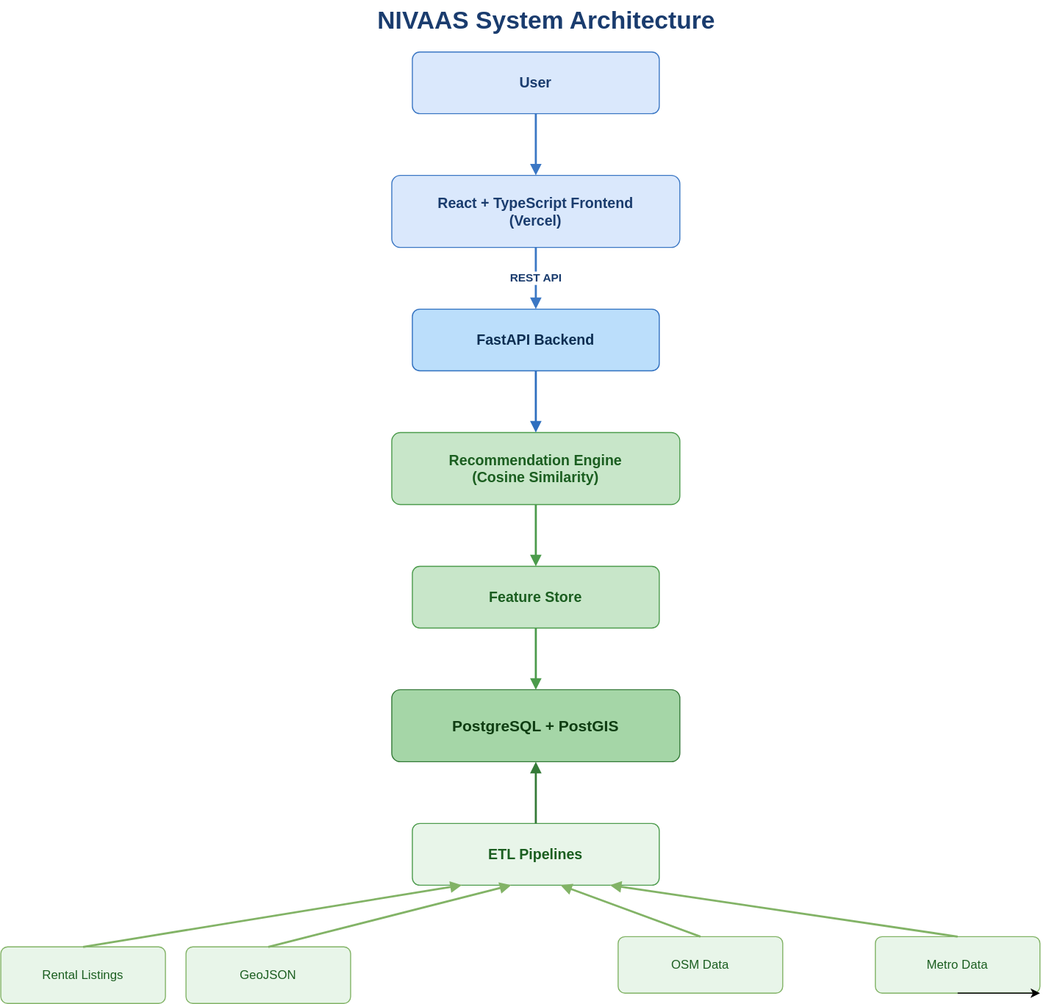
Above: docs/images/system-architecture.svg in zmuskan/NIVAAS-V1 (draw.io), before the change. Source tidied: cells renumbered, new cells last; positions are measured from the earlier drawing's top-left corner, leaving out a move shared by most shapes.
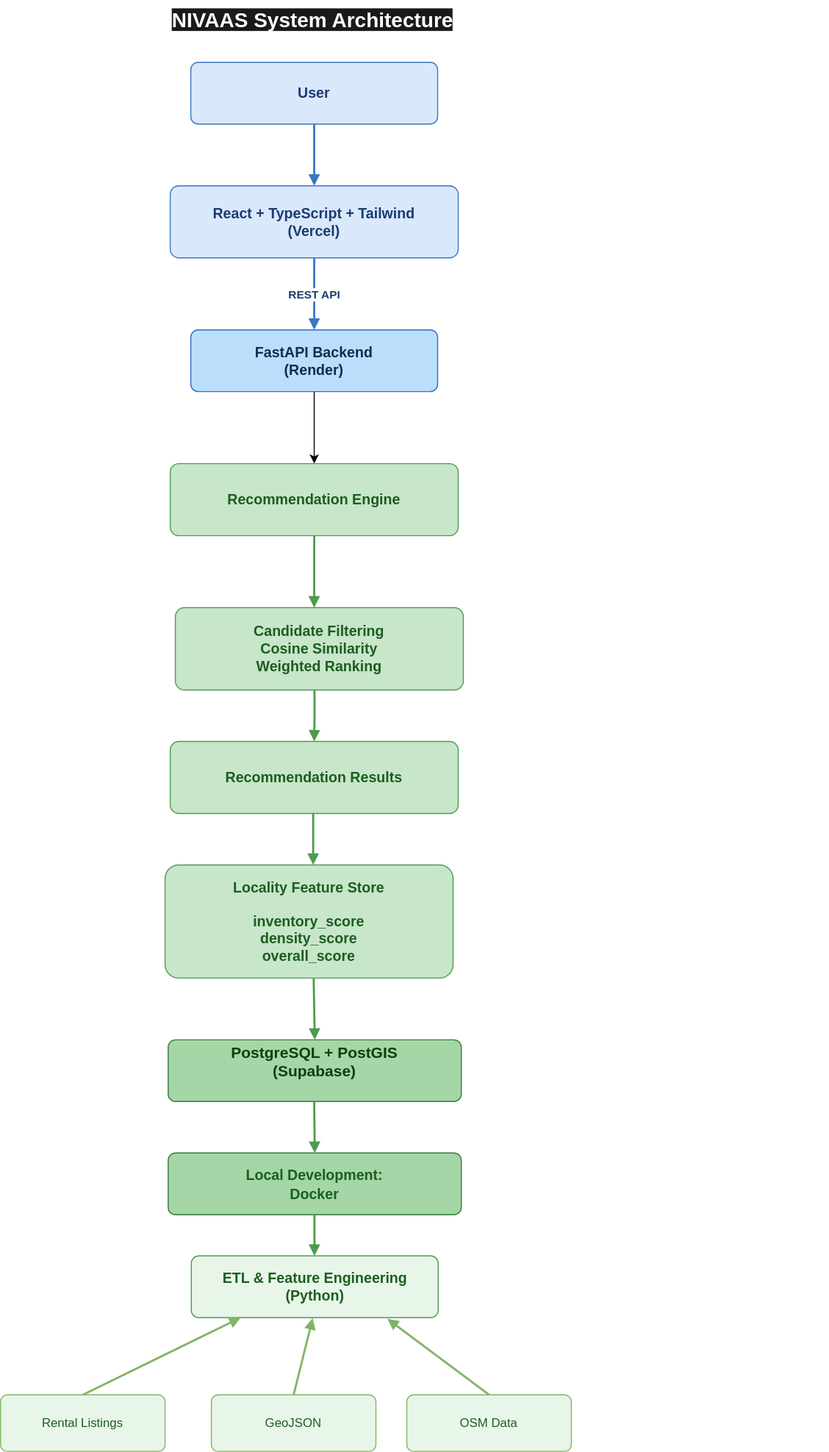
Later version of the same file.

Commit message:
refactor(diagrams): align architecture, ERD and recommendation pipeline

What changed in the source:
```diff
@@ -2,74 +2,104 @@
   <root>
     <mxCell id="0" />
     <mxCell id="1" parent="0" />
-    <mxCell id="2" value="NIVAAS System Architecture" style="text;html=1;fontSize=24;fontStyle=1;fontColor=#1A3C6E;align=center;verticalAlign=middle;" parent="1" vertex="1">
-      <mxGeometry x="270" width="520" height="40" as="geometry" />
-    </mxCell>
     <mxCell id="3" value="User" style="rounded=1;arcSize=12;whiteSpace=wrap;html=1;fillColor=#DAE8FC;strokeColor=#3B77C4;fontColor=#1A3C6E;fontStyle=1;fontSize=14;" parent="1" vertex="1">
       <mxGeometry x="400" y="50" width="240" height="60" as="geometry" />
     </mxCell>
-    <mxCell id="4" value="React + TypeScript Frontend&#10;(Vercel)" style="rounded=1;arcSize=12;whiteSpace=wrap;html=1;fillColor=#DAE8FC;strokeColor=#3B77C4;fontColor=#1A3C6E;fontStyle=1;fontSize=14;" parent="1" vertex="1">
+    <mxCell id="4" value="React + TypeScript + Tailwind&lt;br/&gt;                     (Vercel)" style="rounded=1;arcSize=12;whiteSpace=wrap;html=1;fillColor=#DAE8FC;strokeColor=#3B77C4;fontColor=#1A3C6E;fontStyle=1;fontSize=14;" parent="1" vertex="1">
       <mxGeometry x="380" y="170" width="280" height="70" as="geometry" />
     </mxCell>
+    <mxCell id="16" style="edgeStyle=none;html=1;exitX=0.5;exitY=1;exitDx=0;exitDy=0;entryX=0.5;entryY=0;entryDx=0;entryDy=0;" parent="1" edge="1" source="5" target="6">
+      <mxGeometry relative="1" as="geometry" />
+    </mxCell>
-    <mxCell id="5" value="FastAPI Backend" style="rounded=1;arcSize=12;whiteSpace=wrap;html=1;fillColor=#BBDEFB;strokeColor=#2F6FBF;fontColor=#0D2E52;fontStyle=1;fontSize=14;" parent="1" vertex="1">
-      <mxGeometry x="400" y="300" width="240" height="60" as="geometry" />
+    <mxCell id="5" value="&lt;div&gt;&lt;font color=&quot;#0d2e52&quot;&gt;FastAPI Backend&lt;/font&gt;&lt;/div&gt;&lt;div&gt;&lt;font color=&quot;#0d2e52&quot;&gt;(Render)&lt;/font&gt;&lt;/div&gt;" style="rounded=1;arcSize=12;whiteSpace=wrap;html=1;fillColor=#BBDEFB;strokeColor=#2F6FBF;fontColor=#0D2E52;fontStyle=1;fontSize=14;" parent="1" vertex="1">
+      <mxGeometry x="400" y="310" width="240" height="60" as="geometry" />
     </mxCell>
-    <mxCell id="6" value="Recommendation Engine&#10;(Cosine Similarity)" style="rounded=1;arcSize=12;whiteSpace=wrap;html=1;fillColor=#C8E6C9;strokeColor=#4C9B4C;fontColor=#1B5E20;fontStyle=1;fontSize=14;" parent="1" vertex="1">
-      <mxGeometry x="380" y="420" width="280" height="70" as="geometry" />
+    <mxCell id="6" value="Recommendation Engine" style="rounded=1;arcSize=12;whiteSpace=wrap;html=1;fillColor=#C8E6C9;strokeColor=#4C9B4C;fontColor=#1B5E20;fontStyle=1;fontSize=14;" parent="1" vertex="1">
+      <mxGeometry x="380" y="440" width="280" height="70" as="geometry" />
     </mxCell>
-    <mxCell id="7" value="Feature Store" style="rounded=1;arcSize=12;whiteSpace=wrap;html=1;fillColor=#C8E6C9;strokeColor=#4C9B4C;fontColor=#1B5E20;fontStyle=1;fontSize=14;" parent="1" vertex="1">
-      <mxGeometry x="400" y="550" width="240" height="60" as="geometry" />
+    <mxCell id="7" value="&lt;div&gt;&lt;font color=&quot;#1b5e20&quot;&gt;Locality Feature Store&lt;/font&gt;&lt;/div&gt;&lt;div&gt;&lt;font color=&quot;#1b5e20&quot;&gt;&lt;br&gt;&lt;/font&gt;&lt;/div&gt;&lt;div&gt;&lt;font color=&quot;#1b5e20&quot;&gt;inventory_score&lt;/font&gt;&lt;/div&gt;&lt;div&gt;&lt;font color=&quot;#1b5e20&quot;&gt;density_score&lt;/font&gt;&lt;/div&gt;&lt;div&gt;&lt;font color=&quot;#1b5e20&quot;&gt;overall_score&lt;/font&gt;&lt;/div&gt;" style="rounded=1;arcSize=12;whiteSpace=wrap;html=1;fillColor=#C8E6C9;strokeColor=#4C9B4C;fontColor=#1B5E20;fontStyle=1;fontSize=14;" parent="1" vertex="1">
+      <mxGeometry x="375" y="830" width="280" height="110" as="geometry" />
     </mxCell>
-    <mxCell id="8" value="PostgreSQL + PostGIS" style="rounded=1;arcSize=12;whiteSpace=wrap;html=1;fillColor=#A5D6A7;strokeColor=#357A38;fontColor=#0F3D12;fontStyle=1;fontSize=15;" parent="1" vertex="1">
-      <mxGeometry x="380" y="670" width="280" height="70" as="geometry" />
+    <mxCell id="8" value="&lt;div&gt;&lt;font color=&quot;#0f3d12&quot;&gt;PostgreSQL + PostGIS&lt;/font&gt;&lt;/div&gt;&lt;div&gt;&lt;font color=&quot;#0f3d12&quot;&gt;(Supabase)&lt;/font&gt;&lt;/div&gt;&lt;div&gt;&lt;br&gt;&lt;/div&gt;" style="rounded=1;arcSize=12;whiteSpace=wrap;html=1;fillColor=#A5D6A7;strokeColor=#357A38;fontColor=#0F3D12;fontStyle=1;fontSize=15;" parent="1" vertex="1">
+      <mxGeometry x="378" y="1000" width="285" height="60" as="geometry" />
     </mxCell>
-    <mxCell id="9" value="ETL Pipelines" style="rounded=1;arcSize=12;whiteSpace=wrap;html=1;fillColor=#E8F5E9;strokeColor=#4C9B4C;fontColor=#1B5E20;fontStyle=1;fontSize=14;" parent="1" vertex="1">
-      <mxGeometry x="400" y="800" width="240" height="60" as="geometry" />
+    <mxCell id="9" value="&lt;div&gt;&lt;font color=&quot;#1b5e20&quot;&gt;ETL &amp;amp; Feature Engineering&lt;/font&gt;&lt;/div&gt;&lt;div&gt;&lt;font color=&quot;#1b5e20&quot;&gt;(Python)&lt;/font&gt;&lt;/div&gt;" style="rounded=1;arcSize=12;whiteSpace=wrap;html=1;fillColor=#E8F5E9;strokeColor=#4C9B4C;fontColor=#1B5E20;fontStyle=1;fontSize=14;" parent="1" vertex="1">
+      <mxGeometry x="400.5" y="1210" width="240" height="60" as="geometry" />
     </mxCell>
     <mxCell id="10" value="Rental Listings" style="rounded=1;arcSize=12;whiteSpace=wrap;html=1;fillColor=#E8F5E9;strokeColor=#82B366;fontColor=#1B5E20;fontSize=12;" parent="1" vertex="1">
-      <mxGeometry y="920" width="160" height="55" as="geometry" />
+      <mxGeometry x="215" y="1345" width="160" height="55" as="geometry" />
     </mxCell>
     <mxCell id="11" value="GeoJSON" style="rounded=1;arcSize=12;whiteSpace=wrap;html=1;fillColor=#E8F5E9;strokeColor=#82B366;fontColor=#1B5E20;fontSize=12;" parent="1" vertex="1">
-      <mxGeometry x="180" y="920" width="160" height="55" as="geometry" />
+      <mxGeometry x="420" y="1345" width="160" height="55" as="geometry" />
     </mxCell>
     <mxCell id="12" value="OSM Data" style="rounded=1;arcSize=12;whiteSpace=wrap;html=1;fillColor=#E8F5E9;strokeColor=#82B366;fontColor=#1B5E20;fontSize=12;" parent="1" vertex="1">
-      <mxGeometry x="600" y="910" width="160" height="55" as="geometry" />
+      <mxGeometry x="610" y="1345" width="160" height="55" as="geometry" />
     </mxCell>
-    <mxCell id="13" value="Metro Data" style="rounded=1;arcSize=12;whiteSpace=wrap;html=1;fillColor=#E8F5E9;strokeColor=#82B366;fontColor=#1B5E20;fontSize=12;" parent="1" vertex="1">
-      <mxGeometry x="850" y="910" width="160" height="55" as="geometry" />
-    </mxCell>
     <mxCell id="14" style="html=1;rounded=0;endArrow=block;strokeColor=#3B77C4;strokeWidth=2;" parent="1" edge="1" source="3" target="4">
       <mxGeometry relative="1" as="geometry" />
     </mxCell>
     <mxCell id="15" value="REST API" style="html=1;rounded=0;endArrow=block;strokeColor=#3B77C4;strokeWidth=2;fontColor=#1A3C6E;fontStyle=1;fontSize=11;" parent="1" edge="1" source="4" target="5">
       <mxGeometry relative="1" as="geometry" />
     </mxCell>
-    <mxCell id="16" style="html=1;rounded=0;endArrow=block;strokeColor=#2F6FBF;strokeWidth=2;" parent="1" edge="1" source="5" target="6">
-      <mxGeometry relative="1" as="geometry" />
-    </mxCell>
-    <mxCell id="17" style="html=1;rounded=0;endArrow=block;strokeColor=#4C9B4C;strokeWidth=2;" parent="1" edge="1" source="6" target="7">
-      <mxGeometry relative="1" as="geometry" />
-    </mxCell>
-    <mxCell id="18" style="html=1;rounded=0;endArrow=block;strokeColor=#4C9B4C;strokeWidth=2;" parent="1" edge="1" source="7" target="8">
-      <mxGeometry relative="1" as="geometry" />
+    <mxCell id="18" style="html=1;rounded=0;endArrow=block;strokeColor=#4C9B4C;strokeWidth=2;" parent="1" edge="1">
+      <mxGeometry relative="1" as="geometry">
+        <mxPoint x="519" y="780" as="sourcePoint" />
+        <mxPoint x="519" y="830" as="targetPoint" />
+      </mxGeometry>
     </mxCell>
-    <mxCell id="19" style="html=1;rounded=0;endArrow=block;strokeColor=#357A38;strokeWidth=2;exitX=0.5;exitY=0;exitDx=0;exitDy=0;entryX=0.5;entryY=1;entryDx=0;entryDy=0;" parent="1" edge="1" source="9" target="8">
-      <mxGeometry relative="1" as="geometry" />
-    </mxCell>
     <mxCell id="20" style="html=1;rounded=0;endArrow=block;strokeColor=#82B366;strokeWidth=2;exitX=0.5;exitY=0;exitDx=0;exitDy=0;entryX=0.2;entryY=1;entryDx=0;entryDy=0;" parent="1" edge="1" source="10" target="9">
       <mxGeometry relative="1" as="geometry" />
     </mxCell>
-    <mxCell id="21" style="html=1;rounded=0;endArrow=block;strokeColor=#82B366;strokeWidth=2;exitX=0.5;exitY=0;exitDx=0;exitDy=0;entryX=0.4;entryY=1;entryDx=0;entryDy=0;" parent="1" edge="1" source="11" target="9">
+    <mxCell id="21" style="html=1;rounded=0;endArrow=block;strokeColor=#82B366;strokeWidth=2;exitX=0.5;exitY=0;exitDx=0;exitDy=0;entryX=0.492;entryY=1.007;entryDx=0;entryDy=0;entryPerimeter=0;" parent="1" edge="1" source="11" target="9">
       <mxGeometry relative="1" as="geometry" />
     </mxCell>
-    <mxCell id="22" style="html=1;rounded=0;endArrow=block;strokeColor=#82B366;strokeWidth=2;exitX=0.5;exitY=0;exitDx=0;exitDy=0;entryX=0.6;entryY=1;entryDx=0;entryDy=0;" parent="1" edge="1" source="12" target="9">
+    <mxCell id="22" style="html=1;rounded=0;endArrow=block;strokeColor=#82B366;strokeWidth=2;exitX=0.5;exitY=0;exitDx=0;exitDy=0;entryX=0.794;entryY=1.019;entryDx=0;entryDy=0;entryPerimeter=0;" parent="1" edge="1" source="12" target="9">
       <mxGeometry relative="1" as="geometry" />
     </mxCell>
-    <mxCell id="23" style="html=1;rounded=0;endArrow=block;strokeColor=#82B366;strokeWidth=2;exitX=0.5;exitY=0;exitDx=0;exitDy=0;entryX=0.8;entryY=1;entryDx=0;entryDy=0;" parent="1" edge="1" source="13" target="9">
-      <mxGeometry relative="1" as="geometry" />
-    </mxCell>
-    <mxCell id="24" style="edgeStyle=none;html=1;exitX=0.5;exitY=1;exitDx=0;exitDy=0;entryX=1;entryY=1;entryDx=0;entryDy=0;" parent="1" edge="1" source="13" target="13">
-      <mxGeometry relative="1" as="geometry" />
-    </mxCell>
+    <mxCell id="25" value="&lt;div&gt;&lt;font color=&quot;#1b5e20&quot;&gt;Candidate Filtering&lt;/font&gt;&lt;/div&gt;&lt;div&gt;&lt;font color=&quot;#1b5e20&quot;&gt;Cosine Similarity&lt;/font&gt;&lt;/div&gt;&lt;div&gt;&lt;font color=&quot;#1b5e20&quot;&gt;Weighted Ranking&lt;/font&gt;&lt;/div&gt;" style="rounded=1;arcSize=11;whiteSpace=wrap;html=1;fillColor=#C8E6C9;strokeColor=#4C9B4C;fontColor=#1B5E20;fontStyle=1;fontSize=14;" parent="1" vertex="1">
+      <mxGeometry x="385" y="580" width="280" height="80" as="geometry" />
+    </mxCell>
+    <mxCell id="26" style="html=1;rounded=0;endArrow=block;strokeColor=#4C9B4C;strokeWidth=2;exitX=0.5;exitY=1;exitDx=0;exitDy=0;" parent="1" edge="1">
+      <mxGeometry relative="1" as="geometry">
+        <mxPoint x="520.3" y="660" as="sourcePoint" />
+        <mxPoint x="520" y="710" as="targetPoint" />
+        <Array as="points">
+          <mxPoint x="520.3" y="690" />
+          <mxPoint x="520" y="710" />
+        </Array>
+      </mxGeometry>
+    </mxCell>
+    <mxCell id="27" style="html=1;rounded=0;endArrow=block;strokeColor=#4C9B4C;strokeWidth=2;exitX=0.5;exitY=1;exitDx=0;exitDy=0;" parent="1" edge="1" source="6">
+      <mxGeometry relative="1" as="geometry">
+        <mxPoint x="520" y="580" as="targetPoint" />
+        <Array as="points">
+          <mxPoint x="520" y="560" />
+          <mxPoint x="520" y="580" />
+        </Array>
+      </mxGeometry>
+    </mxCell>
+    <mxCell id="28" value="Recommendation Results" style="rounded=1;arcSize=12;whiteSpace=wrap;html=1;fillColor=#C8E6C9;strokeColor=#4C9B4C;fontColor=#1B5E20;fontStyle=1;fontSize=14;" parent="1" vertex="1">
+      <mxGeometry x="380" y="710" width="280" height="70" as="geometry" />
+    </mxCell>
+    <mxCell id="29" value="&lt;div&gt;&lt;span style=&quot;color: rgb(27, 94, 32); font-size: 14px;&quot;&gt;Local Development:&lt;/span&gt;&lt;br style=&quot;color: rgb(63, 63, 63); scrollbar-color: rgb(226, 226, 226) rgb(251, 251, 251); font-size: 14px;&quot;&gt;&lt;span style=&quot;color: rgb(27, 94, 32); font-size: 14px;&quot;&gt;Docker&lt;/span&gt;&lt;/div&gt;" style="rounded=1;arcSize=12;whiteSpace=wrap;html=1;fillColor=#A5D6A7;strokeColor=#357A38;fontColor=#0F3D12;fontStyle=1;fontSize=15;" parent="1" vertex="1">
+      <mxGeometry x="378" y="1110" width="285" height="60" as="geometry" />
+    </mxCell>
+    <mxCell id="30" style="html=1;rounded=0;endArrow=block;strokeColor=#4C9B4C;strokeWidth=2;exitX=0.516;exitY=1.005;exitDx=0;exitDy=0;exitPerimeter=0;entryX=0.5;entryY=0;entryDx=0;entryDy=0;" parent="1" edge="1" source="7" target="8">
+      <mxGeometry relative="1" as="geometry" />
+    </mxCell>
+    <mxCell id="31" style="html=1;rounded=0;endArrow=block;strokeColor=#4C9B4C;strokeWidth=2;entryX=0.5;entryY=0;entryDx=0;entryDy=0;" parent="1" edge="1" target="29">
+      <mxGeometry relative="1" as="geometry">
+        <mxPoint x="520" y="1060" as="sourcePoint" />
+      </mxGeometry>
+    </mxCell>
+    <mxCell id="32" style="html=1;rounded=0;endArrow=block;strokeColor=#4C9B4C;strokeWidth=2;" parent="1" edge="1">
+      <mxGeometry relative="1" as="geometry">
+        <mxPoint x="520.2" y="1170" as="sourcePoint" />
+        <mxPoint x="520.2" y="1210" as="targetPoint" />
+      </mxGeometry>
+    </mxCell>
+    <mxCell id="2" value="&lt;span style=&quot;color: rgb(255, 255, 255); font-family: Helvetica; font-size: 20px; font-style: normal; font-variant-ligatures: normal; font-variant-caps: normal; font-weight: 700; letter-spacing: normal; orphans: 2; text-align: center; text-indent: 0px; text-transform: none; widows: 2; word-spacing: 0px; -webkit-text-stroke-width: 0px; white-space: nowrap; background-color: rgb(26, 26, 26); text-decoration-thickness: initial; text-decoration-style: initial; text-decoration-color: initial; float: none; display: inline !important;&quot;&gt;NIVAAS System Architecture&lt;/span&gt;&lt;div&gt;&lt;br&gt;&lt;/div&gt;" style="text;whiteSpace=wrap;html=1;" parent="1" vertex="1">
+      <mxGeometry x="380" y="-10" width="640" height="29" as="geometry" />
+    </mxCell>
   </root>
 </mxGraphModel>
```
